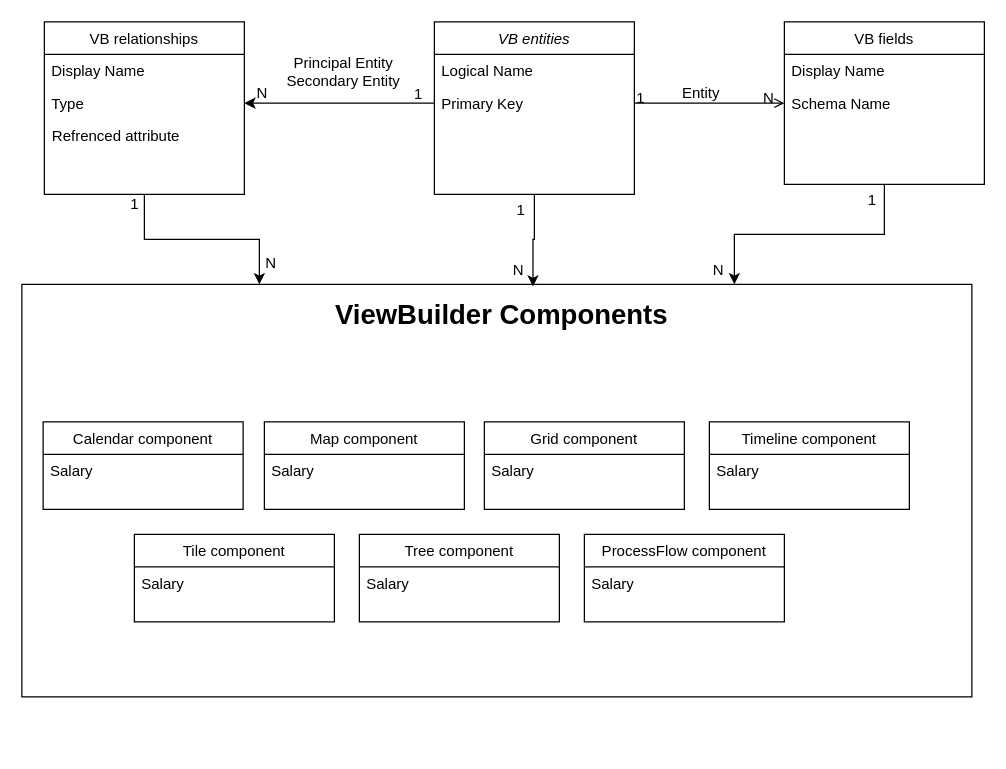
The draw.io diagram Diagramme sans nom.drawio in Chadibz/Chadibz, before the edit. Source tidied: cells renumbered, new cells numbered last; positions are measured from the earlier drawing's top-left corner, leaving out a move shared by most shapes. Both pictures are drawn from the tidied source at 125%, with x=0, y=0 at pixel (21, 21).
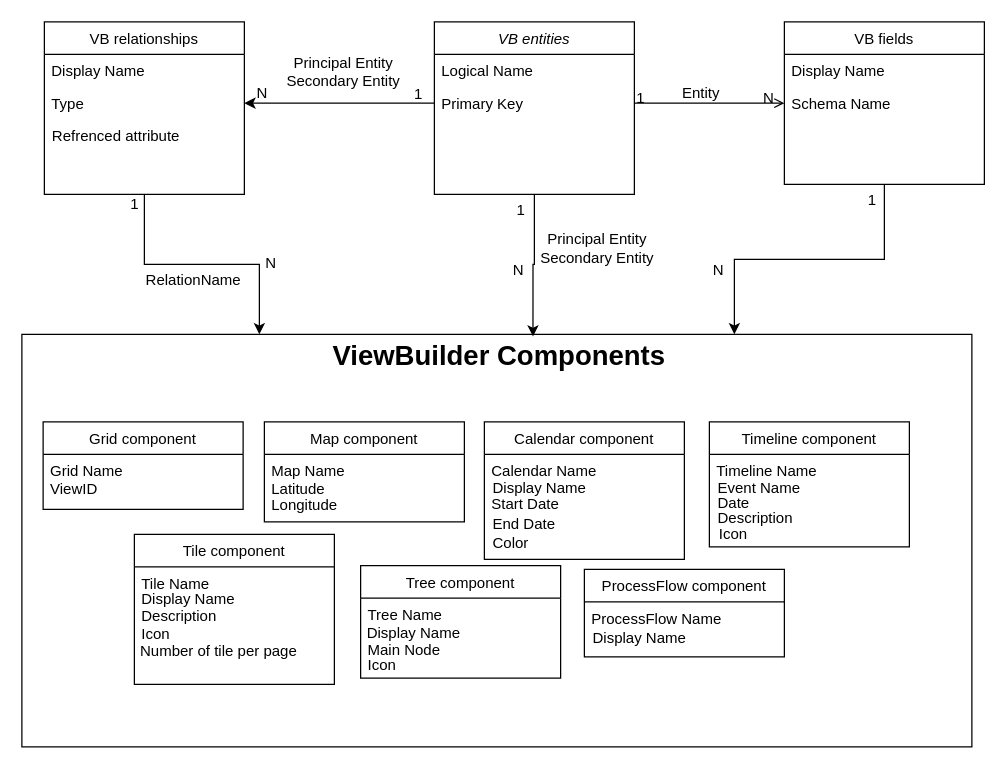
The same diagram, later.

Commit message (it also covers changes not shown here):
Mettre à jour Diagramme sans nom.drawio

Change to the diagram source:
```diff
@@
     <mxCell id="5" style="rounded=0;whiteSpace=wrap;html=1;fillColor=default;" parent="1" vertex="1">
-      <mxGeometry y="210" width="760" height="330" as="geometry" />
+      <mxGeometry y="250" width="760" height="330" as="geometry" />
     </mxCell>
@@
-    <mxCell id="10" value="Calendar component" style="swimlane;fontStyle=0;align=center;verticalAlign=top;horizontal=1;startSize=26;rounded=0;shadow=0;strokeWidth=1;" parent="1" vertex="1">
+    <mxCell id="10" value="Grid component" style="swimlane;fontStyle=0;align=center;verticalAlign=top;horizontal=1;startSize=26;rounded=0;shadow=0;strokeWidth=1;" parent="1" vertex="1">
       <mxGeometry x="17" y="320" width="160" height="70" as="geometry" />
     </mxCell>
-    <mxCell id="11" value="Salary" style="text;align=left;verticalAlign=top;spacingLeft=4;spacingRight=4;overflow=hidden;" parent="10" vertex="1">
+    <mxCell id="11" value="Grid Name" style="text;align=left;verticalAlign=top;spacingLeft=4;spacingRight=4;overflow=hidden;" parent="10" vertex="1">
       <mxGeometry y="26" width="160" height="22" as="geometry" />
     </mxCell>
@@
     <mxCell id="25" value="&lt;b&gt;&lt;font style=&quot;font-size: 22px;&quot;&gt;ViewBuilder Components&lt;/font&gt;&lt;/b&gt;" style="text;strokeColor=none;align=center;fillColor=none;html=1;verticalAlign=middle;whiteSpace=wrap;rounded=0;" parent="1" vertex="1">
-      <mxGeometry x="194" y="220" width="380" height="30" as="geometry" />
+      <mxGeometry x="192" y="253" width="380" height="30" as="geometry" />
     </mxCell>
     <mxCell id="26" value="Map component" style="swimlane;fontStyle=0;align=center;verticalAlign=top;horizontal=1;startSize=26;rounded=0;shadow=0;strokeWidth=1;" parent="1" vertex="1">
-      <mxGeometry x="194" y="320" width="160" height="70" as="geometry" />
+      <mxGeometry x="194" y="320" width="160" height="80" as="geometry" />
     </mxCell>
-    <mxCell id="27" value="Salary" style="text;align=left;verticalAlign=top;spacingLeft=4;spacingRight=4;overflow=hidden;" parent="26" vertex="1">
+    <mxCell id="27" value="Map Name" style="text;align=left;verticalAlign=top;spacingLeft=4;spacingRight=4;overflow=hidden;" parent="26" vertex="1">
       <mxGeometry y="26" width="160" height="22" as="geometry" />
     </mxCell>
-    <mxCell id="28" value="Grid component" style="swimlane;fontStyle=0;align=center;verticalAlign=top;horizontal=1;startSize=26;rounded=0;shadow=0;strokeWidth=1;" parent="1" vertex="1">
-      <mxGeometry x="370" y="320" width="160" height="70" as="geometry" />
+    <mxCell id="28" value="Calendar component" style="swimlane;fontStyle=0;align=center;verticalAlign=top;horizontal=1;startSize=26;rounded=0;shadow=0;strokeWidth=1;" parent="1" vertex="1">
+      <mxGeometry x="370" y="320" width="160" height="110" as="geometry" />
     </mxCell>
-    <mxCell id="29" value="Salary" style="text;align=left;verticalAlign=top;spacingLeft=4;spacingRight=4;overflow=hidden;" parent="28" vertex="1">
+    <mxCell id="29" value="Calendar Name" style="text;align=left;verticalAlign=top;spacingLeft=4;spacingRight=4;overflow=hidden;" parent="28" vertex="1">
       <mxGeometry y="26" width="160" height="22" as="geometry" />
     </mxCell>
     <mxCell id="30" value="Timeline component" style="swimlane;fontStyle=0;align=center;verticalAlign=top;horizontal=1;startSize=26;rounded=0;shadow=0;strokeWidth=1;" parent="1" vertex="1">
-      <mxGeometry x="550" y="320" width="160" height="70" as="geometry" />
+      <mxGeometry x="550" y="320" width="160" height="100" as="geometry" />
     </mxCell>
-    <mxCell id="31" value="Salary" style="text;align=left;verticalAlign=top;spacingLeft=4;spacingRight=4;overflow=hidden;" parent="30" vertex="1">
+    <mxCell id="31" value="Timeline Name" style="text;align=left;verticalAlign=top;spacingLeft=4;spacingRight=4;overflow=hidden;" parent="30" vertex="1">
       <mxGeometry y="26" width="160" height="22" as="geometry" />
     </mxCell>
     <mxCell id="32" value="Tile component" style="swimlane;fontStyle=0;align=center;verticalAlign=top;horizontal=1;startSize=26;rounded=0;shadow=0;strokeWidth=1;" parent="1" vertex="1">
-      <mxGeometry x="90" y="410" width="160" height="70" as="geometry" />
+      <mxGeometry x="90" y="410" width="160" height="120" as="geometry" />
     </mxCell>
-    <mxCell id="33" value="Salary" style="text;align=left;verticalAlign=top;spacingLeft=4;spacingRight=4;overflow=hidden;" parent="32" vertex="1">
+    <mxCell id="33" value="Tile Name" style="text;align=left;verticalAlign=top;spacingLeft=4;spacingRight=4;overflow=hidden;" parent="32" vertex="1">
       <mxGeometry y="26" width="160" height="22" as="geometry" />
     </mxCell>
     <mxCell id="34" value="Tree component" style="swimlane;fontStyle=0;align=center;verticalAlign=top;horizontal=1;startSize=26;rounded=0;shadow=0;strokeWidth=1;" parent="1" vertex="1">
-      <mxGeometry x="270" y="410" width="160" height="70" as="geometry" />
+      <mxGeometry x="271" y="435" width="160" height="90" as="geometry" />
     </mxCell>
-    <mxCell id="35" value="Salary" style="text;align=left;verticalAlign=top;spacingLeft=4;spacingRight=4;overflow=hidden;" parent="34" vertex="1">
+    <mxCell id="35" value="Tree Name&#10;" style="text;align=left;verticalAlign=top;spacingLeft=4;spacingRight=4;overflow=hidden;" parent="34" vertex="1">
       <mxGeometry y="26" width="160" height="22" as="geometry" />
     </mxCell>
     <mxCell id="36" value="ProcessFlow component" style="swimlane;fontStyle=0;align=center;verticalAlign=top;horizontal=1;startSize=26;rounded=0;shadow=0;strokeWidth=1;" parent="1" vertex="1">
-      <mxGeometry x="450" y="410" width="160" height="70" as="geometry" />
+      <mxGeometry x="450" y="438" width="160" height="70" as="geometry" />
     </mxCell>
-    <mxCell id="37" value="Salary" style="text;align=left;verticalAlign=top;spacingLeft=4;spacingRight=4;overflow=hidden;" parent="36" vertex="1">
+    <mxCell id="37" value="ProcessFlow Name" style="text;align=left;verticalAlign=top;spacingLeft=4;spacingRight=4;overflow=hidden;" parent="36" vertex="1">
       <mxGeometry y="26" width="160" height="22" as="geometry" />
     </mxCell>
@@
+    <mxCell id="45" value="ViewID" style="text;align=left;verticalAlign=top;spacingLeft=4;spacingRight=4;overflow=hidden;" parent="1" vertex="1">
+      <mxGeometry x="17" y="360" width="160" height="22" as="geometry" />
+    </mxCell>
+    <mxCell id="46" value="Event Name" style="text;align=left;verticalAlign=top;spacingLeft=4;spacingRight=4;overflow=hidden;" parent="1" vertex="1">
+      <mxGeometry x="551" y="359" width="160" height="22" as="geometry" />
+    </mxCell>
+    <mxCell id="47" value="Date" style="text;align=left;verticalAlign=top;spacingLeft=4;spacingRight=4;overflow=hidden;" parent="1" vertex="1">
+      <mxGeometry x="551" y="371" width="160" height="22" as="geometry" />
+    </mxCell>
+    <mxCell id="48" value="Description&#10;" style="text;align=left;verticalAlign=top;spacingLeft=4;spacingRight=4;overflow=hidden;" parent="1" vertex="1">
+      <mxGeometry x="551" y="383" width="160" height="22" as="geometry" />
+    </mxCell>
+    <mxCell id="49" value="Icon" style="text;align=left;verticalAlign=top;spacingLeft=4;spacingRight=4;overflow=hidden;" parent="1" vertex="1">
+      <mxGeometry x="552" y="396" width="160" height="22" as="geometry" />
+    </mxCell>
+    <mxCell id="50" value="Latitude&#10;" style="text;align=left;verticalAlign=top;spacingLeft=4;spacingRight=4;overflow=hidden;" parent="1" vertex="1">
+      <mxGeometry x="194" y="360" width="160" height="22" as="geometry" />
+    </mxCell>
+    <mxCell id="51" value="Longitude&#10;" style="text;align=left;verticalAlign=top;spacingLeft=4;spacingRight=4;overflow=hidden;" parent="1" vertex="1">
+      <mxGeometry x="194" y="373" width="160" height="22" as="geometry" />
+    </mxCell>
+    <mxCell id="52" value="Display Name" style="text;align=left;verticalAlign=top;spacingLeft=4;spacingRight=4;overflow=hidden;" parent="1" vertex="1">
+      <mxGeometry x="451" y="479" width="160" height="22" as="geometry" />
+    </mxCell>
+    <mxCell id="53" value=" Display Name&#10;" style="text;align=left;verticalAlign=top;spacingLeft=4;spacingRight=4;overflow=hidden;" parent="1" vertex="1">
+      <mxGeometry x="267" y="475" width="160" height="22" as="geometry" />
+    </mxCell>
+    <mxCell id="54" value="Main Node" style="text;align=left;verticalAlign=top;spacingLeft=4;spacingRight=4;overflow=hidden;" parent="1" vertex="1">
+      <mxGeometry x="271" y="489" width="160" height="22" as="geometry" />
+    </mxCell>
+    <mxCell id="55" value="Icon" style="text;align=left;verticalAlign=top;spacingLeft=4;spacingRight=4;overflow=hidden;" parent="1" vertex="1">
+      <mxGeometry x="271" y="501" width="160" height="22" as="geometry" />
+    </mxCell>
+    <mxCell id="56" value="Display Name" style="text;align=left;verticalAlign=top;spacingLeft=4;spacingRight=4;overflow=hidden;" parent="1" vertex="1">
+      <mxGeometry x="90" y="448" width="160" height="22" as="geometry" />
+    </mxCell>
+    <mxCell id="57" value="Description" style="text;align=left;verticalAlign=top;spacingLeft=4;spacingRight=4;overflow=hidden;" parent="1" vertex="1">
+      <mxGeometry x="90" y="462" width="160" height="22" as="geometry" />
+    </mxCell>
+    <mxCell id="58" value="Icon" style="text;align=left;verticalAlign=top;spacingLeft=4;spacingRight=4;overflow=hidden;" parent="1" vertex="1">
+      <mxGeometry x="90" y="476" width="160" height="22" as="geometry" />
+    </mxCell>
+    <mxCell id="59" value="Number of tile per page" style="text;align=left;verticalAlign=top;spacingLeft=4;spacingRight=4;overflow=hidden;" parent="1" vertex="1">
+      <mxGeometry x="89" y="490" width="160" height="22" as="geometry" />
+    </mxCell>
+    <mxCell id="60" value="Display Name" style="text;align=left;verticalAlign=top;spacingLeft=4;spacingRight=4;overflow=hidden;" parent="1" vertex="1">
+      <mxGeometry x="371" y="359" width="160" height="22" as="geometry" />
+    </mxCell>
+    <mxCell id="61" value="Start Date&#10;" style="text;align=left;verticalAlign=top;spacingLeft=4;spacingRight=4;overflow=hidden;" parent="1" vertex="1">
+      <mxGeometry x="370" y="372" width="160" height="22" as="geometry" />
+    </mxCell>
+    <mxCell id="62" value="End Date&#10;" style="text;align=left;verticalAlign=top;spacingLeft=4;spacingRight=4;overflow=hidden;" parent="1" vertex="1">
+      <mxGeometry x="371" y="388" width="160" height="22" as="geometry" />
+    </mxCell>
+    <mxCell id="63" value="Color" style="text;align=left;verticalAlign=top;spacingLeft=4;spacingRight=4;overflow=hidden;" parent="1" vertex="1">
+      <mxGeometry x="371" y="403" width="160" height="22" as="geometry" />
+    </mxCell>
+    <mxCell id="64" value="RelationName" style="text;html=1;align=center;verticalAlign=middle;strokeColor=none;fillColor=none;" parent="1" vertex="1">
+      <mxGeometry x="87" y="192" width="100" height="30" as="geometry" />
+    </mxCell>
+    <mxCell id="65" value="Principal Entity&lt;div&gt;Secondary Entity&lt;/div&gt;" style="text;html=1;align=center;verticalAlign=middle;strokeColor=none;fillColor=none;" parent="1" vertex="1">
+      <mxGeometry x="405" y="161" width="110" height="40" as="geometry" />
+    </mxCell>
```
